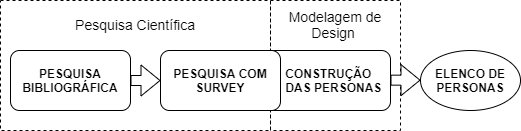
This is figuras/metodologia/fluxo geral.png from Mateusas3s/TCC2_Personas, a draw.io export, as it was before one commit. Source tidied: cells renumbered, new cells last; positions are measured from the earlier drawing's top-left corner, leaving out a move shared by most shapes.
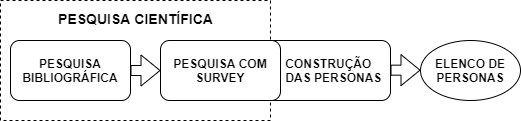
The same file after the commit.

The edit, as a diff of the source:
```diff
@@ -2,11 +2,8 @@
   <root>
     <mxCell id="0" />
     <mxCell id="1" parent="0" />
-    <mxCell id="2" style="rounded=1;whiteSpace=wrap;html=1;fillColor=none;dashed=1;arcSize=0;" parent="1" vertex="1">
-      <mxGeometry x="270" width="130" height="130" as="geometry" />
-    </mxCell>
     <mxCell id="3" style="rounded=1;whiteSpace=wrap;html=1;fillColor=none;dashed=1;arcSize=0;" parent="1" vertex="1">
-      <mxGeometry width="270" height="130" as="geometry" />
+      <mxGeometry y="10" width="270" height="120" as="geometry" />
     </mxCell>
     <mxCell id="4" value="PESQUISA BIBLIOGRÁFICA" style="rounded=1;whiteSpace=wrap;html=1;fontStyle=1;" parent="1" vertex="1">
       <mxGeometry x="10" y="50" width="120" height="60" as="geometry" />
@@ -17,8 +14,8 @@
     <mxCell id="6" style="shape=flexArrow;endArrow=classic;html=1;exitX=1;exitY=0.5;exitDx=0;exitDy=0;entryX=0;entryY=0.5;entryDx=0;entryDy=0;" parent="1" edge="1" source="4" target="10">
       <mxGeometry relative="1" as="geometry" />
     </mxCell>
-    <mxCell id="7" value="&lt;span&gt;&lt;font style=&quot;font-size: 14px&quot;&gt;Pesquisa Científica&lt;/font&gt;&lt;/span&gt;" style="text;html=1;strokeColor=none;fillColor=none;align=center;verticalAlign=middle;whiteSpace=wrap;rounded=0;dashed=1;fontStyle=0;" parent="1" vertex="1">
-      <mxGeometry x="70" y="14" width="130" height="20" as="geometry" />
+    <mxCell id="7" value="&lt;span style=&quot;font-size: 14px&quot;&gt;&lt;font style=&quot;font-size: 14px&quot;&gt;PESQUISA CIENTÍFICA&lt;/font&gt;&lt;/span&gt;" style="text;html=1;strokeColor=none;fillColor=none;align=center;verticalAlign=middle;whiteSpace=wrap;rounded=0;dashed=1;fontStyle=1;fontSize=14;" parent="1" vertex="1">
+      <mxGeometry x="52.5" y="18" width="165" height="20" as="geometry" />
     </mxCell>
     <mxCell id="8" value="ELENCO DE PERSONAS" style="ellipse;whiteSpace=wrap;html=1;fillColor=none;fontStyle=1;" parent="1" vertex="1">
       <mxGeometry x="420" y="50" width="100" height="60" as="geometry" />
@@ -32,8 +29,5 @@
     <mxCell id="10" value="PESQUISA COM SURVEY" style="rounded=1;whiteSpace=wrap;html=1;fontStyle=1;" parent="1" vertex="1">
       <mxGeometry x="160" y="50" width="120" height="60" as="geometry" />
     </mxCell>
-    <mxCell id="11" value="&lt;span&gt;&lt;font style=&quot;font-size: 14px&quot;&gt;Modelagem de Design&amp;nbsp;&lt;/font&gt;&lt;/span&gt;" style="text;html=1;strokeColor=none;fillColor=none;align=center;verticalAlign=middle;whiteSpace=wrap;rounded=0;dashed=1;fontStyle=0;" parent="1" vertex="1">
-      <mxGeometry x="280" y="14" width="110" height="20" as="geometry" />
-    </mxCell>
   </root>
 </mxGraphModel>
```
